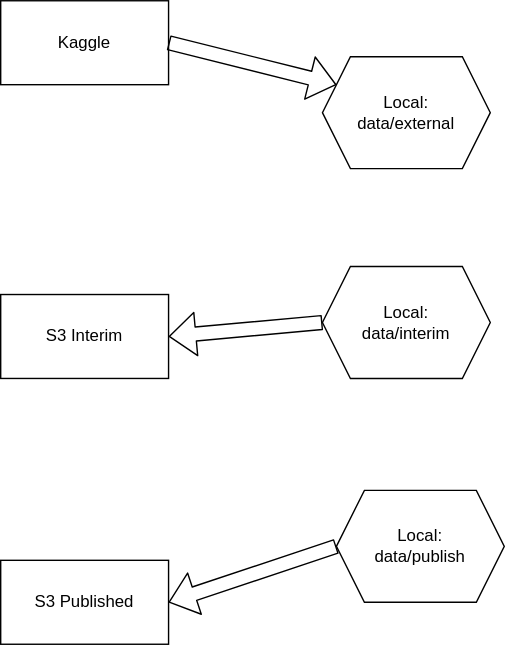
Above: design/dataflow.drawio.svg in HSV-AI/product-recommendation (draw.io), before the change. Source tidied: cells renumbered, new cells last; positions are measured from the earlier drawing's top-left corner, leaving out a move shared by most shapes. Its diagram source:
```xml
<mxGraphModel>
  <root>
    <mxCell id="0" />
    <mxCell id="1" parent="0" />
    <mxCell id="2" value="Kaggle" style="rounded=0;whiteSpace=wrap;html=1;" parent="1" vertex="1">
      <mxGeometry width="120" height="60" as="geometry" />
    </mxCell>
    <mxCell id="3" value="S3 Interim" style="rounded=0;whiteSpace=wrap;html=1;" parent="1" vertex="1">
      <mxGeometry y="210" width="120" height="60" as="geometry" />
    </mxCell>
    <mxCell id="4" value="S3 Published" style="rounded=0;whiteSpace=wrap;html=1;" parent="1" vertex="1">
      <mxGeometry y="400" width="120" height="60" as="geometry" />
    </mxCell>
    <mxCell id="5" value="Local:&lt;br&gt;data/external" style="shape=hexagon;perimeter=hexagonPerimeter2;whiteSpace=wrap;html=1;fixedSize=1;" parent="1" vertex="1">
      <mxGeometry x="230" y="40" width="120" height="80" as="geometry" />
    </mxCell>
    <mxCell id="6" style="shape=flexArrow;endArrow=classic;html=1;exitX=1;exitY=0.5;exitDx=0;exitDy=0;" parent="1" edge="1" source="2">
      <mxGeometry relative="1" as="geometry">
        <mxPoint x="240" y="60" as="targetPoint" />
      </mxGeometry>
    </mxCell>
    <mxCell id="7" value="Local:&lt;br&gt;data/interim" style="shape=hexagon;perimeter=hexagonPerimeter2;whiteSpace=wrap;html=1;fixedSize=1;" parent="1" vertex="1">
      <mxGeometry x="230" y="190" width="120" height="80" as="geometry" />
    </mxCell>
    <mxCell id="8" value="Local:&lt;br&gt;data/publish" style="shape=hexagon;perimeter=hexagonPerimeter2;whiteSpace=wrap;html=1;fixedSize=1;" parent="1" vertex="1">
      <mxGeometry x="240" y="350" width="120" height="80" as="geometry" />
    </mxCell>
    <mxCell id="9" style="shape=flexArrow;endArrow=classic;html=1;exitX=0;exitY=0.5;exitDx=0;exitDy=0;entryX=1;entryY=0.5;entryDx=0;entryDy=0;" parent="1" edge="1" source="7" target="3">
      <mxGeometry relative="1" as="geometry" />
    </mxCell>
    <mxCell id="10" style="shape=flexArrow;endArrow=classic;html=1;exitX=0;exitY=0.5;exitDx=0;exitDy=0;entryX=1;entryY=0.5;entryDx=0;entryDy=0;" parent="1" edge="1" source="8" target="4">
      <mxGeometry relative="1" as="geometry" />
    </mxCell>
  </root>
</mxGraphModel>
```
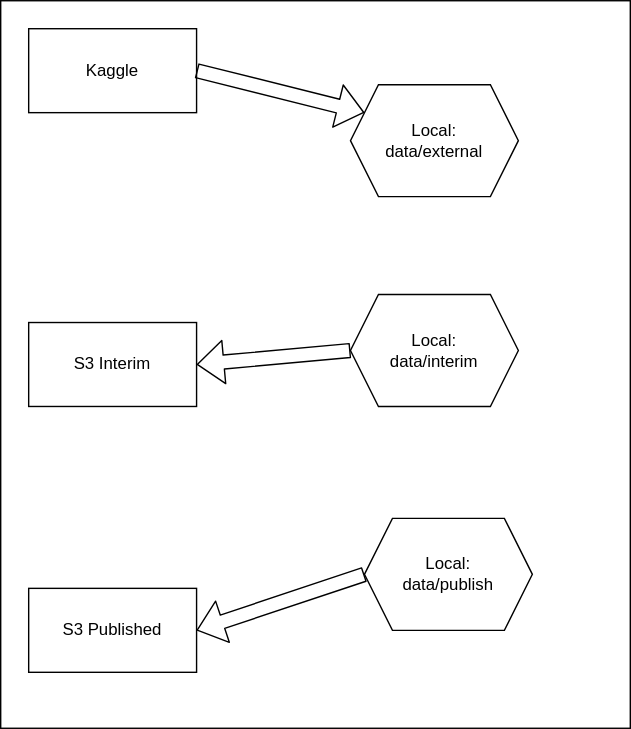
The same file after the commit.

Commit message:
Adding background to graph

Change to the diagram source:
```diff
@@ -2,6 +2,9 @@
   <root>
     <mxCell id="0" />
     <mxCell id="1" parent="0" />
+    <mxCell id="11" style="rounded=0;whiteSpace=wrap;html=1;" parent="1" vertex="1">
+      <mxGeometry x="-20" y="-20" width="450" height="520" as="geometry" />
+    </mxCell>
     <mxCell id="2" value="Kaggle" style="rounded=0;whiteSpace=wrap;html=1;" parent="1" vertex="1">
       <mxGeometry width="120" height="60" as="geometry" />
     </mxCell>
```
